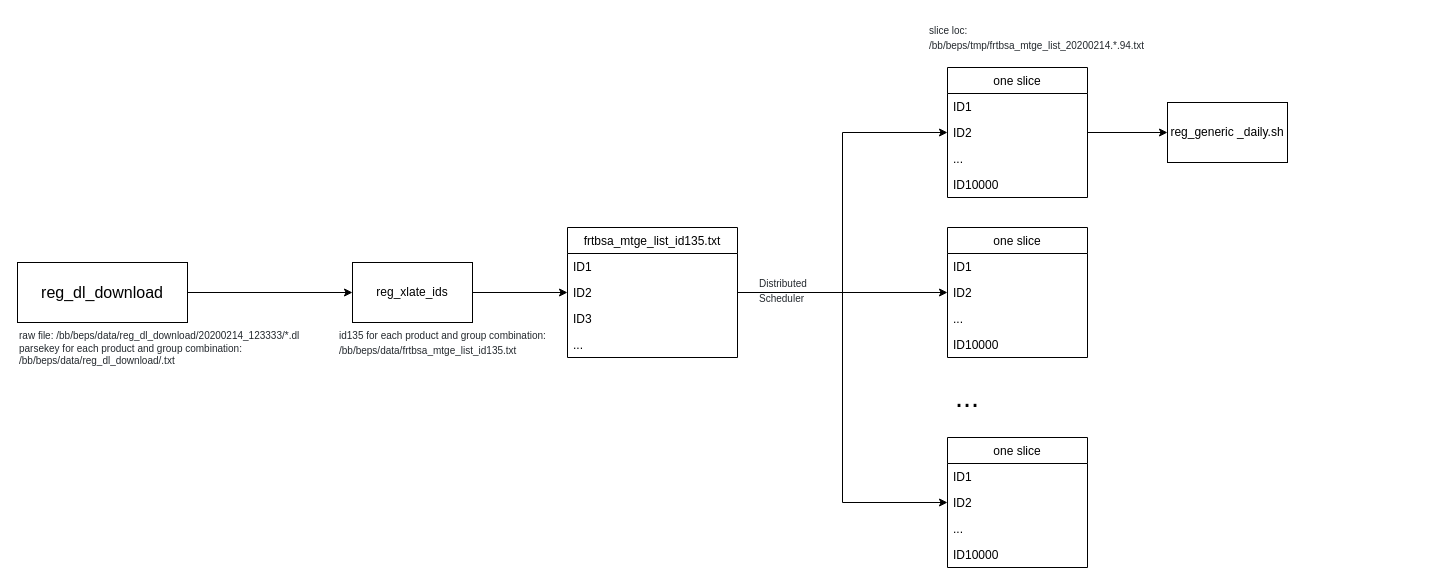
This is sa bucketing.drawio from LiangRao/drawio-github, a draw.io file, before an edit. Source tidied: cells renumbered, new cells numbered last; positions are measured from the earlier drawing's top-left corner, leaving out a move shared by most shapes. Both pictures are drawn from the tidied source at 100%, with x=0, y=0 at pixel (17, 17).
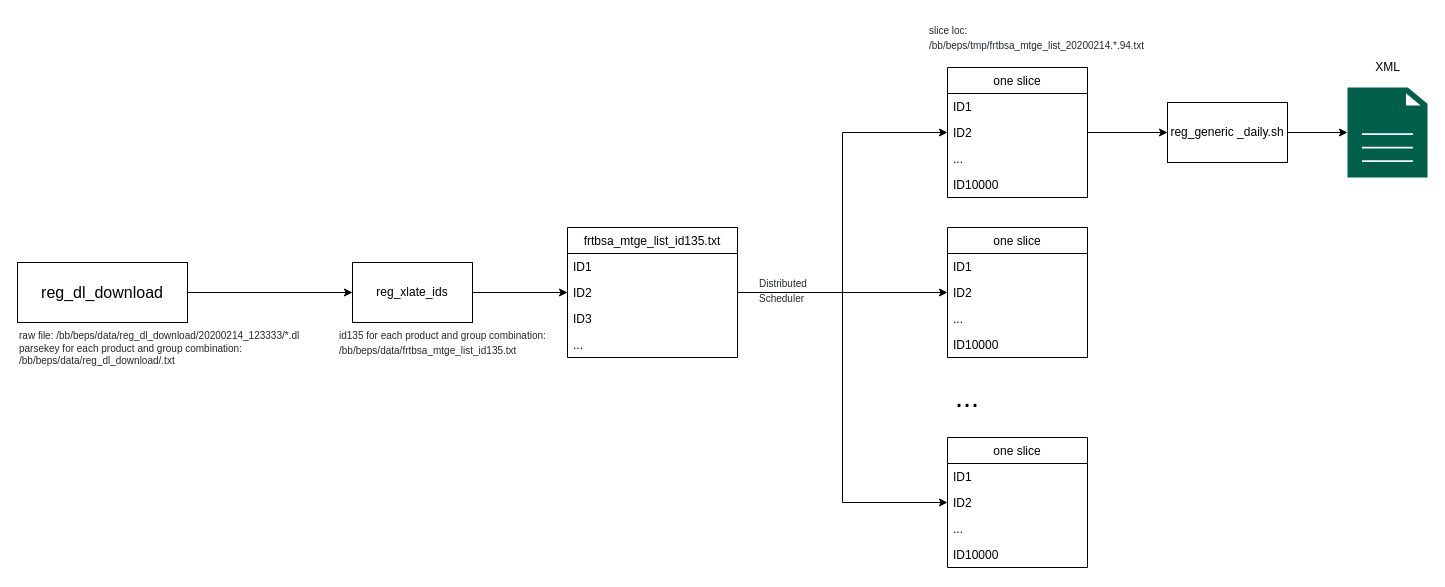
After the change.

Unchanged cells that the change refers to:
```xml
<mxCell id="34" value="reg_generic _daily.sh" style="rounded=0;whiteSpace=wrap;html=1;" parent="1" vertex="1">
  <mxGeometry x="1150" y="85" width="120" height="60" as="geometry" />
</mxCell>
```

Diff of the diagram source:
```diff
@@
+    <mxCell id="36" style="edgeStyle=orthogonalEdgeStyle;rounded=0;jettySize=auto;html=1;exitX=1;exitY=0.5;exitDx=0;exitDy=0;" parent="1" edge="1" source="34" target="37">
+      <mxGeometry relative="1" as="geometry" />
+    </mxCell>
@@
+    <mxCell id="37" style="shadow=0;dashed=0;html=1;strokeColor=none;fillColor=#005F4B;labelPosition=center;verticalLabelPosition=bottom;verticalAlign=top;align=center;outlineConnect=0;shape=mxgraph.veeam2.file;" parent="1" vertex="1">
+      <mxGeometry x="1330" y="70" width="80" height="90" as="geometry" />
+    </mxCell>
+    <mxCell id="38" value="XML" style="text;html=1;align=center;verticalAlign=middle;" parent="1" vertex="1">
+      <mxGeometry x="1350" y="40" width="40" height="20" as="geometry" />
+    </mxCell>
```
